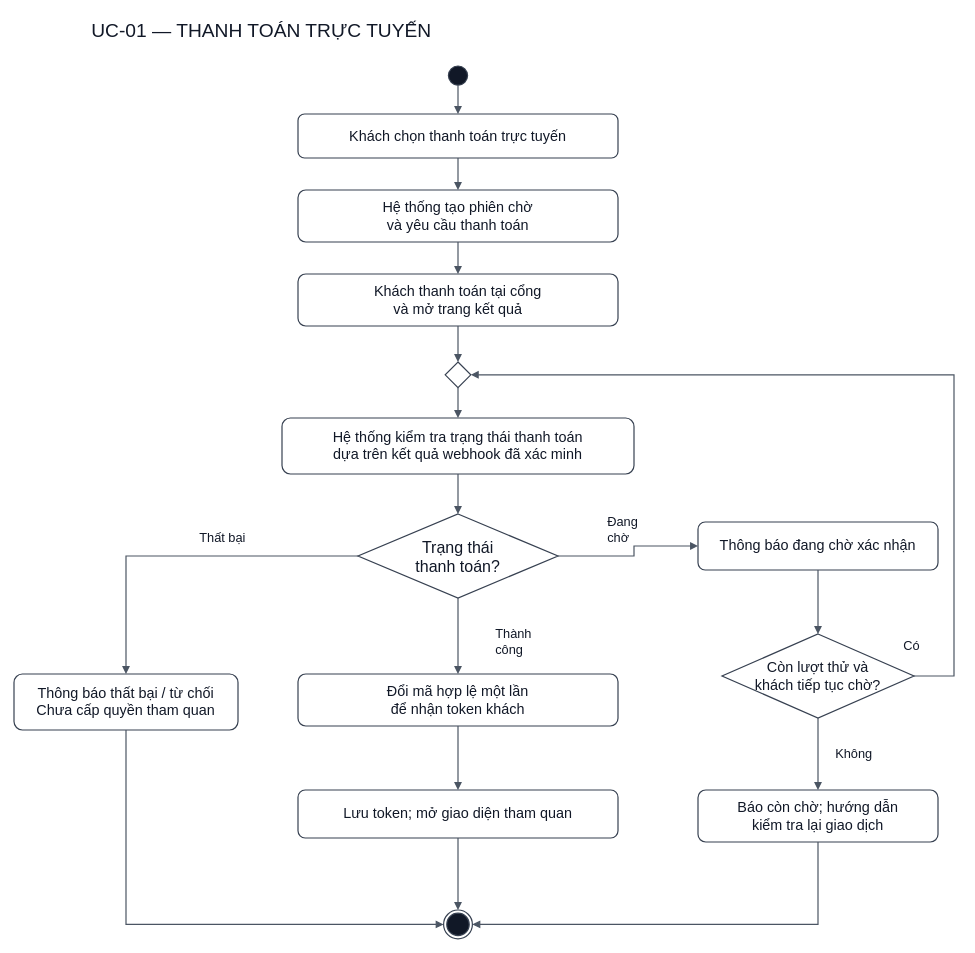
The draw.io diagram docs/diagram/activity/UC-01_Activity.drawio in Kazuken123/prj_sgu26_cnpm, before the edit. Source tidied: cells renumbered, new cells numbered last; positions are measured from the earlier drawing's top-left corner, leaving out a move shared by most shapes. Both pictures are drawn from the tidied source at 80%, with x=0, y=0 at pixel (14, 14).
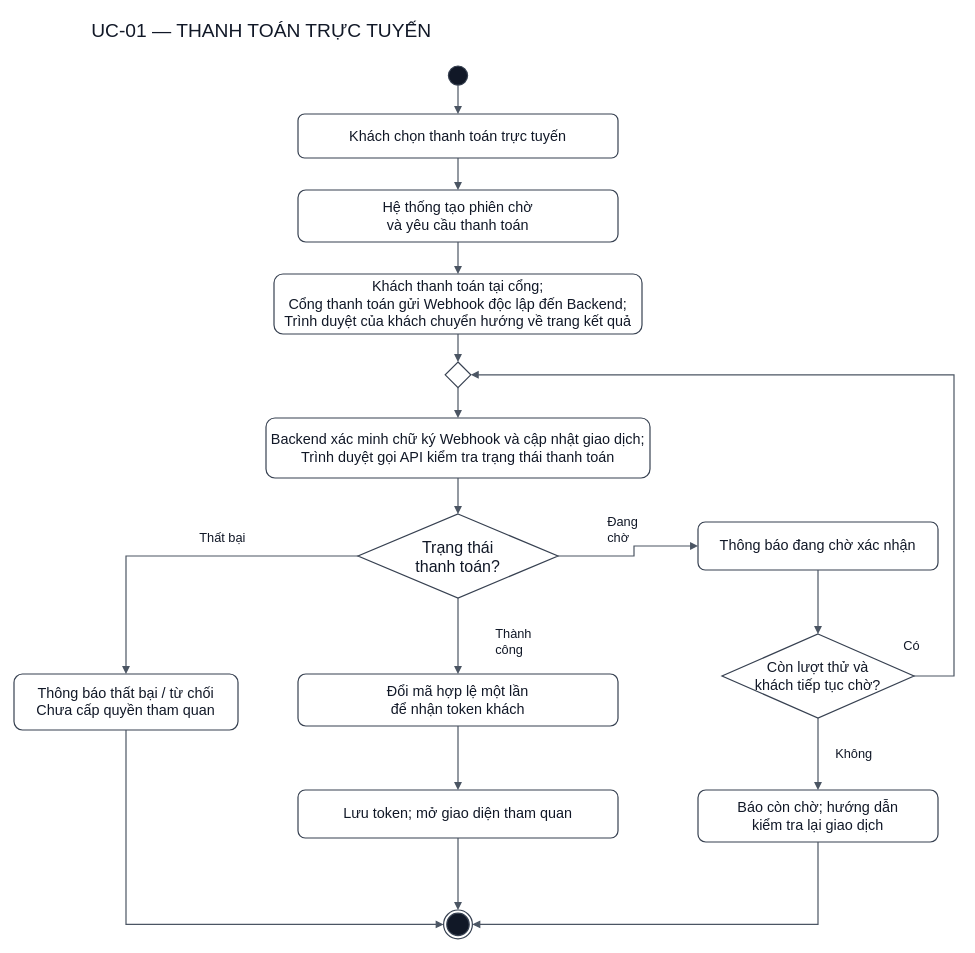
The same diagram, later.

Change to the diagram source:
```diff
@@
-    <mxCell id="6" value="Khách thanh toán tại cổng&lt;br&gt;và mở trang kết quả" style="html=1;whiteSpace=wrap;fontFamily=Arial;fontSize=18;fontColor=#111827;strokeColor=#374151;fillColor=#FFFFFF;strokeWidth=1.5;rounded=1;arcSize=15;" parent="1" vertex="1">
-      <mxGeometry x="355" y="325" width="400" height="65" as="geometry" />
+    <mxCell id="6" value="Khách thanh toán tại cổng;&lt;br&gt;Cổng thanh toán gửi Webhook độc lập đến Backend;&lt;br&gt;Trình duyệt của khách chuyển hướng về trang kết quả" style="html=1;whiteSpace=wrap;fontFamily=Arial;fontSize=18;fontColor=#111827;strokeColor=#374151;fillColor=#FFFFFF;strokeWidth=1.5;rounded=1;arcSize=15;" parent="1" vertex="1">
+      <mxGeometry x="325" y="325" width="460" height="75" as="geometry" />
     </mxCell>
@@
-    <mxCell id="8" value="Hệ thống kiểm tra trạng thái thanh toán&lt;br&gt;dựa trên kết quả webhook đã xác minh" style="html=1;whiteSpace=wrap;fontFamily=Arial;fontSize=18;fontColor=#111827;strokeColor=#374151;fillColor=#FFFFFF;strokeWidth=1.5;rounded=1;arcSize=15;" parent="1" vertex="1">
-      <mxGeometry x="335" y="505" width="440" height="70" as="geometry" />
+    <mxCell id="8" value="Backend xác minh chữ ký Webhook và cập nhật giao dịch;&lt;br&gt;Trình duyệt gọi API kiểm tra trạng thái thanh toán" style="html=1;whiteSpace=wrap;fontFamily=Arial;fontSize=18;fontColor=#111827;strokeColor=#374151;fillColor=#FFFFFF;strokeWidth=1.5;rounded=1;arcSize=15;" parent="1" vertex="1">
+      <mxGeometry x="315" y="505" width="480" height="75" as="geometry" />
     </mxCell>
```
